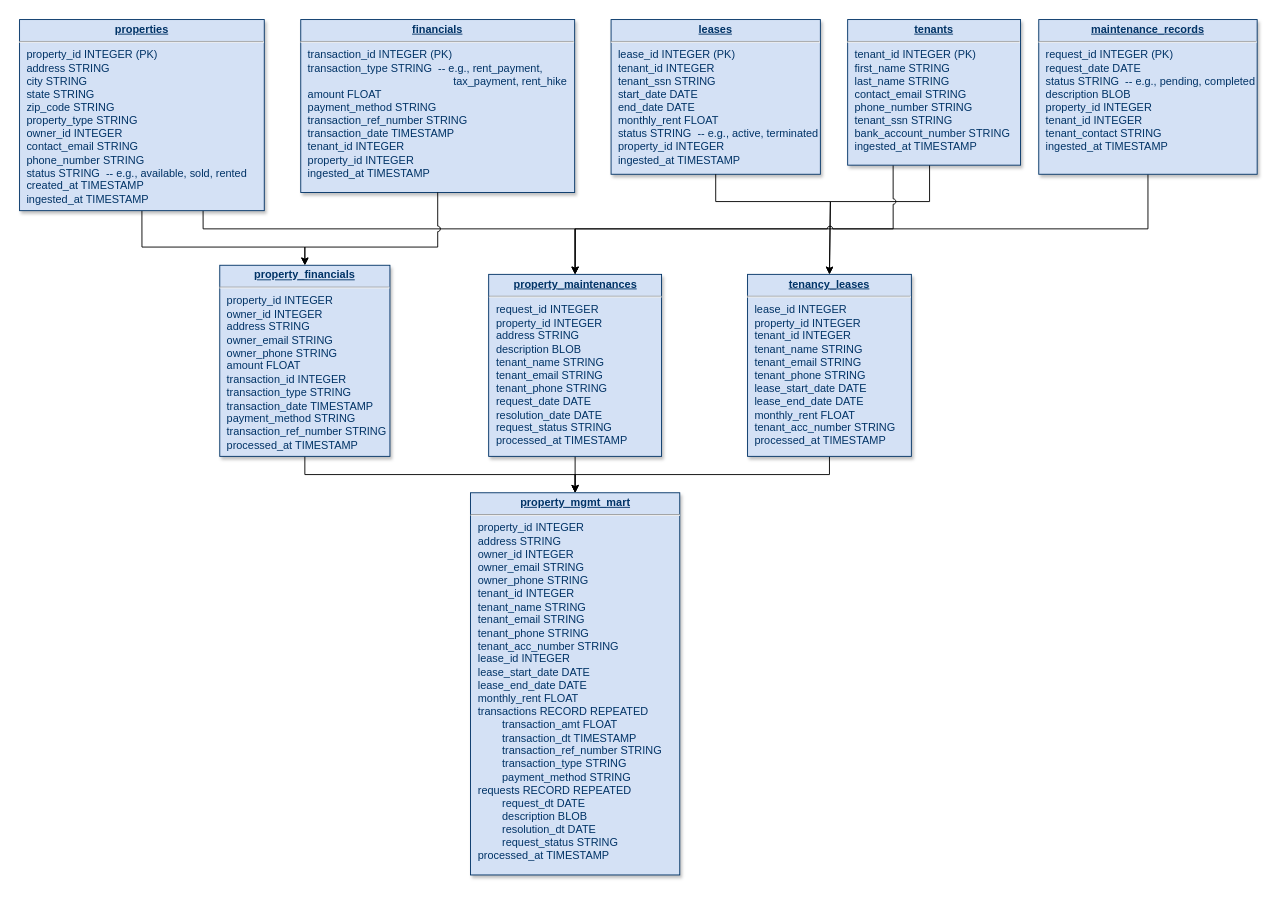
Before: PFP-Sample/PFP-Data-Model.drawio in harshaldharme/ProjectSpaces, a draw.io diagram. Source tidied: cells renumbered, new cells numbered last; positions are measured from the earlier drawing's top-left corner, leaving out a move shared by most shapes. Both pictures are drawn from the tidied source at 91%, with x=0, y=0 at pixel (19, 19).
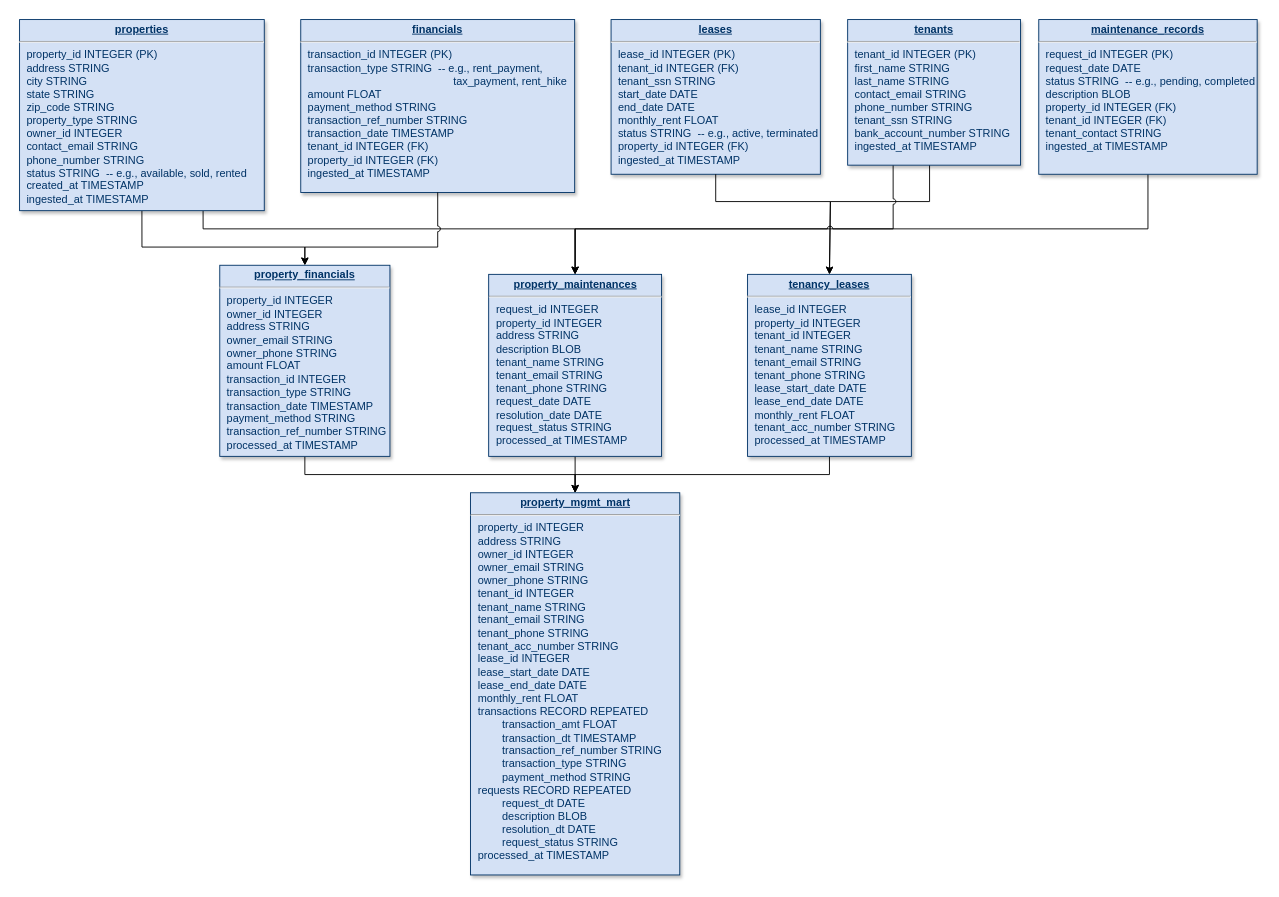
The same diagram, later.

Diff of the diagram source:
```diff
@@
-    <mxCell id="8" value="&lt;p style=&quot;margin: 0px; margin-top: 4px; text-align: center; text-decoration: underline;&quot;&gt;&lt;b&gt;leases&lt;/b&gt;&lt;/p&gt;&lt;hr&gt;&lt;p style=&quot;margin: 0px; margin-left: 8px;&quot;&gt;lease_id INTEGER (PK)&lt;/p&gt;&lt;p style=&quot;margin: 0px; margin-left: 8px;&quot;&gt;&lt;span style=&quot;background-color: initial;&quot;&gt;tenant_id INTEGER&lt;/span&gt;&lt;/p&gt;&lt;p style=&quot;margin: 0px; margin-left: 8px;&quot;&gt;&lt;span style=&quot;background-color: initial;&quot;&gt;tenant_ssn STRING&lt;/span&gt;&lt;/p&gt;&lt;p style=&quot;margin: 0px; margin-left: 8px;&quot;&gt;start_date DATE&lt;/p&gt;&lt;p style=&quot;margin: 0px; margin-left: 8px;&quot;&gt;end_date DATE&lt;/p&gt;&lt;p style=&quot;margin: 0px; margin-left: 8px;&quot;&gt;monthly_rent FLOAT&lt;/p&gt;&lt;p style=&quot;margin: 0px; margin-left: 8px;&quot;&gt;status STRING&amp;nbsp; -- e.g., active, terminated&lt;/p&gt;&lt;p style=&quot;margin: 0px 0px 0px 8px;&quot;&gt;property_id INTEGER&lt;/p&gt;&lt;p style=&quot;margin: 0px 0px 0px 8px;&quot;&gt;ingested_at TIMESTAMP&lt;/p&gt;&lt;div&gt;&lt;br&gt;&lt;/div&gt;" style="verticalAlign=top;align=left;overflow=fill;fontSize=12;fontFamily=Helvetica;html=1;strokeColor=#003366;shadow=1;fillColor=#D4E1F5;fontColor=#003366;" parent="1" vertex="1">
+    <mxCell id="8" value="&lt;p style=&quot;margin: 0px; margin-top: 4px; text-align: center; text-decoration: underline;&quot;&gt;&lt;b&gt;leases&lt;/b&gt;&lt;/p&gt;&lt;hr&gt;&lt;p style=&quot;margin: 0px; margin-left: 8px;&quot;&gt;lease_id INTEGER (PK)&lt;/p&gt;&lt;p style=&quot;margin: 0px; margin-left: 8px;&quot;&gt;&lt;span style=&quot;background-color: initial;&quot;&gt;tenant_id INTEGER (FK)&lt;/span&gt;&lt;/p&gt;&lt;p style=&quot;margin: 0px; margin-left: 8px;&quot;&gt;&lt;span style=&quot;background-color: initial;&quot;&gt;tenant_ssn STRING&lt;/span&gt;&lt;/p&gt;&lt;p style=&quot;margin: 0px; margin-left: 8px;&quot;&gt;start_date DATE&lt;/p&gt;&lt;p style=&quot;margin: 0px; margin-left: 8px;&quot;&gt;end_date DATE&lt;/p&gt;&lt;p style=&quot;margin: 0px; margin-left: 8px;&quot;&gt;monthly_rent FLOAT&lt;/p&gt;&lt;p style=&quot;margin: 0px; margin-left: 8px;&quot;&gt;status STRING&amp;nbsp; -- e.g., active, terminated&lt;/p&gt;&lt;p style=&quot;margin: 0px 0px 0px 8px;&quot;&gt;property_id INTEGER (FK)&lt;/p&gt;&lt;p style=&quot;margin: 0px 0px 0px 8px;&quot;&gt;ingested_at TIMESTAMP&lt;/p&gt;&lt;div&gt;&lt;br&gt;&lt;/div&gt;" style="verticalAlign=top;align=left;overflow=fill;fontSize=12;fontFamily=Helvetica;html=1;strokeColor=#003366;shadow=1;fillColor=#D4E1F5;fontColor=#003366;" parent="1" vertex="1">
       <mxGeometry x="650" width="230" height="170" as="geometry" />
     </mxCell>
-    <mxCell id="9" value="&lt;p style=&quot;margin: 0px; margin-top: 4px; text-align: center; text-decoration: underline;&quot;&gt;&lt;b&gt;financials&lt;/b&gt;&lt;/p&gt;&lt;hr&gt;&lt;p style=&quot;margin: 0px; margin-left: 8px;&quot;&gt;transaction_id INTEGER (PK)&lt;/p&gt;&lt;p style=&quot;margin: 0px; margin-left: 8px;&quot;&gt;transaction_type STRING&amp;nbsp; -- e.g., rent_payment,&amp;nbsp;&lt;/p&gt;&lt;p style=&quot;margin: 0px; margin-left: 8px;&quot;&gt;&lt;span style=&quot;white-space: pre;&quot;&gt;&#9;&lt;/span&gt;&lt;span style=&quot;white-space: pre;&quot;&gt;&#9;&lt;/span&gt;&lt;span style=&quot;white-space: pre;&quot;&gt;&#9;&lt;/span&gt;&lt;span style=&quot;white-space: pre;&quot;&gt;&#9;&lt;/span&gt;&lt;span style=&quot;white-space: pre;&quot;&gt;&#9;&lt;span style=&quot;white-space: pre;&quot;&gt;&#9;&lt;/span&gt;&lt;/span&gt;tax_payment, rent_hike&lt;/p&gt;&lt;p style=&quot;margin: 0px; margin-left: 8px;&quot;&gt;amount FLOAT&lt;/p&gt;&lt;p style=&quot;margin: 0px; margin-left: 8px;&quot;&gt;payment_method STRING&lt;/p&gt;&lt;p style=&quot;margin: 0px; margin-left: 8px;&quot;&gt;transaction_ref_number STRING&lt;/p&gt;&lt;p style=&quot;margin: 0px; margin-left: 8px;&quot;&gt;transaction_date TIMESTAMP&lt;/p&gt;&lt;p style=&quot;margin: 0px; margin-left: 8px;&quot;&gt;tenant_id INTEGER&lt;/p&gt;&lt;p style=&quot;margin: 0px; margin-left: 8px;&quot;&gt;property_id INTEGER&lt;/p&gt;&lt;p style=&quot;margin: 0px; margin-left: 8px;&quot;&gt;ingested_at TIMESTAMP&lt;/p&gt;&lt;div&gt;&lt;br&gt;&lt;/div&gt;" style="verticalAlign=top;align=left;overflow=fill;fontSize=12;fontFamily=Helvetica;html=1;strokeColor=#003366;shadow=1;fillColor=#D4E1F5;fontColor=#003366;" parent="1" vertex="1">
+    <mxCell id="9" value="&lt;p style=&quot;margin: 0px; margin-top: 4px; text-align: center; text-decoration: underline;&quot;&gt;&lt;b&gt;financials&lt;/b&gt;&lt;/p&gt;&lt;hr&gt;&lt;p style=&quot;margin: 0px; margin-left: 8px;&quot;&gt;transaction_id INTEGER (PK)&lt;/p&gt;&lt;p style=&quot;margin: 0px; margin-left: 8px;&quot;&gt;transaction_type STRING&amp;nbsp; -- e.g., rent_payment,&amp;nbsp;&lt;/p&gt;&lt;p style=&quot;margin: 0px; margin-left: 8px;&quot;&gt;&lt;span style=&quot;white-space: pre;&quot;&gt;&#9;&lt;/span&gt;&lt;span style=&quot;white-space: pre;&quot;&gt;&#9;&lt;/span&gt;&lt;span style=&quot;white-space: pre;&quot;&gt;&#9;&lt;/span&gt;&lt;span style=&quot;white-space: pre;&quot;&gt;&#9;&lt;/span&gt;&lt;span style=&quot;white-space: pre;&quot;&gt;&#9;&lt;span style=&quot;white-space: pre;&quot;&gt;&#9;&lt;/span&gt;&lt;/span&gt;tax_payment, rent_hike&lt;/p&gt;&lt;p style=&quot;margin: 0px; margin-left: 8px;&quot;&gt;amount FLOAT&lt;/p&gt;&lt;p style=&quot;margin: 0px; margin-left: 8px;&quot;&gt;payment_method STRING&lt;/p&gt;&lt;p style=&quot;margin: 0px; margin-left: 8px;&quot;&gt;transaction_ref_number STRING&lt;/p&gt;&lt;p style=&quot;margin: 0px; margin-left: 8px;&quot;&gt;transaction_date TIMESTAMP&lt;/p&gt;&lt;p style=&quot;margin: 0px; margin-left: 8px;&quot;&gt;tenant_id INTEGER (FK)&lt;/p&gt;&lt;p style=&quot;margin: 0px; margin-left: 8px;&quot;&gt;property_id INTEGER (FK)&lt;/p&gt;&lt;p style=&quot;margin: 0px; margin-left: 8px;&quot;&gt;ingested_at TIMESTAMP&lt;/p&gt;&lt;div&gt;&lt;br&gt;&lt;/div&gt;" style="verticalAlign=top;align=left;overflow=fill;fontSize=12;fontFamily=Helvetica;html=1;strokeColor=#003366;shadow=1;fillColor=#D4E1F5;fontColor=#003366;" parent="1" vertex="1">
       <mxGeometry x="309" width="301" height="190" as="geometry" />
     </mxCell>
@@
-    <mxCell id="11" value="&lt;p style=&quot;margin: 0px; margin-top: 4px; text-align: center; text-decoration: underline;&quot;&gt;&lt;strong&gt;maintenance_records&lt;/strong&gt;&lt;/p&gt;&lt;hr&gt;&lt;p style=&quot;margin: 0px; margin-left: 8px;&quot;&gt;request_id INTEGER (PK)&lt;/p&gt;&lt;p style=&quot;margin: 0px; margin-left: 8px;&quot;&gt;request_date DATE&lt;/p&gt;&lt;p style=&quot;margin: 0px; margin-left: 8px;&quot;&gt;status STRING&amp;nbsp; -- e.g., pending, completed&lt;/p&gt;&lt;p style=&quot;margin: 0px; margin-left: 8px;&quot;&gt;description BLOB&lt;/p&gt;&lt;p style=&quot;margin: 0px; margin-left: 8px;&quot;&gt;property_id INTEGER&lt;/p&gt;&lt;p style=&quot;margin: 0px; margin-left: 8px;&quot;&gt;tenant_id INTEGER&lt;/p&gt;&lt;p style=&quot;margin: 0px; margin-left: 8px;&quot;&gt;tenant_contact STRING&lt;/p&gt;&lt;p style=&quot;margin: 0px; margin-left: 8px;&quot;&gt;ingested_at TIMESTAMP&lt;/p&gt;" style="verticalAlign=top;align=left;overflow=fill;fontSize=12;fontFamily=Helvetica;html=1;strokeColor=#003366;shadow=1;fillColor=#D4E1F5;fontColor=#003366;" parent="1" vertex="1">
+    <mxCell id="11" value="&lt;p style=&quot;margin: 0px; margin-top: 4px; text-align: center; text-decoration: underline;&quot;&gt;&lt;strong&gt;maintenance_records&lt;/strong&gt;&lt;/p&gt;&lt;hr&gt;&lt;p style=&quot;margin: 0px; margin-left: 8px;&quot;&gt;request_id INTEGER (PK)&lt;/p&gt;&lt;p style=&quot;margin: 0px; margin-left: 8px;&quot;&gt;request_date DATE&lt;/p&gt;&lt;p style=&quot;margin: 0px; margin-left: 8px;&quot;&gt;status STRING&amp;nbsp; -- e.g., pending, completed&lt;/p&gt;&lt;p style=&quot;margin: 0px; margin-left: 8px;&quot;&gt;description BLOB&lt;/p&gt;&lt;p style=&quot;margin: 0px; margin-left: 8px;&quot;&gt;property_id INTEGER (FK)&lt;/p&gt;&lt;p style=&quot;margin: 0px; margin-left: 8px;&quot;&gt;tenant_id INTEGER (FK)&lt;/p&gt;&lt;p style=&quot;margin: 0px; margin-left: 8px;&quot;&gt;tenant_contact STRING&lt;/p&gt;&lt;p style=&quot;margin: 0px; margin-left: 8px;&quot;&gt;ingested_at TIMESTAMP&lt;/p&gt;" style="verticalAlign=top;align=left;overflow=fill;fontSize=12;fontFamily=Helvetica;html=1;strokeColor=#003366;shadow=1;fillColor=#D4E1F5;fontColor=#003366;" parent="1" vertex="1">
       <mxGeometry x="1120" width="240" height="170" as="geometry" />
     </mxCell>
```
